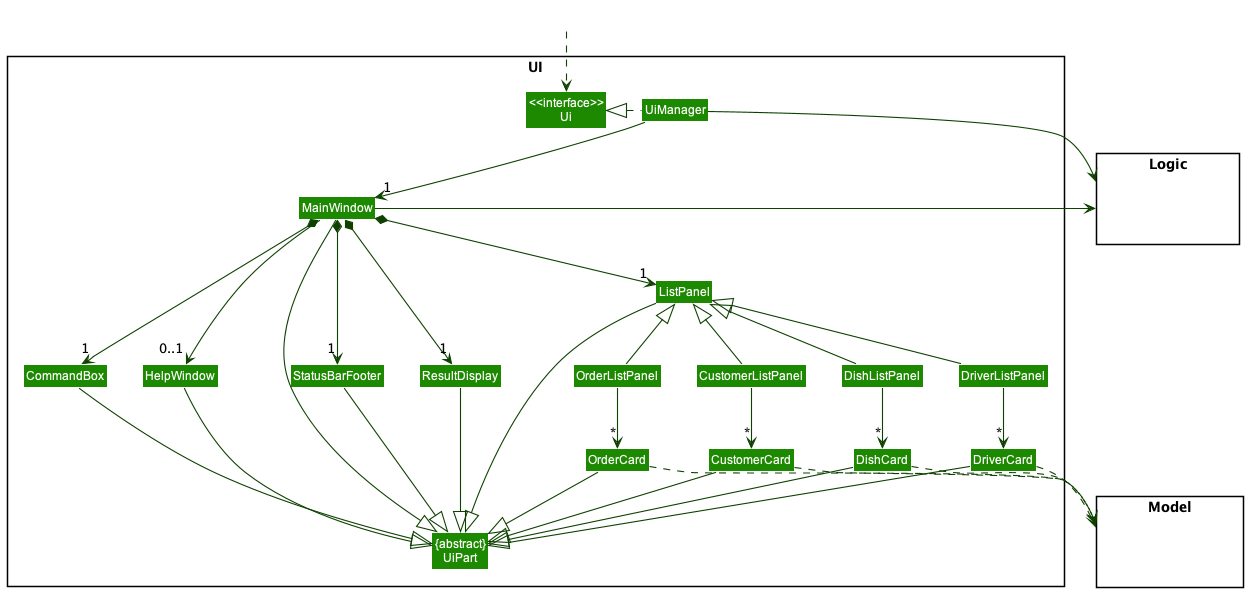
xzzz3/tp keeps this PlantUML diagram as docs/images/UiClassDiagram.png. Above is the earlier version.
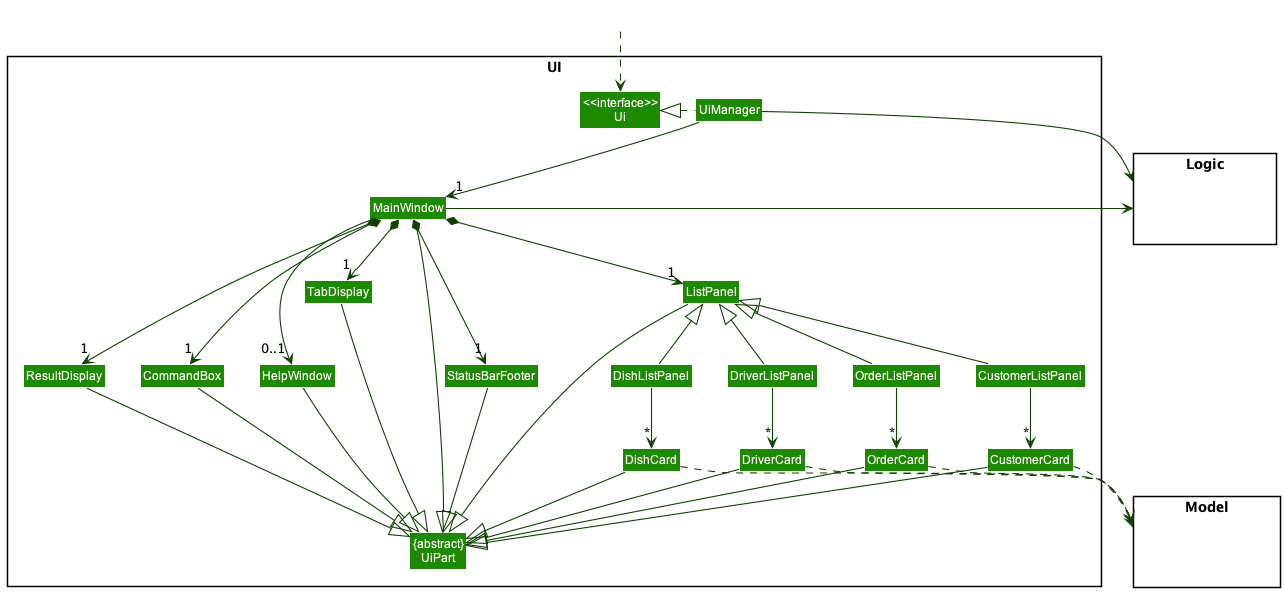
Above is the later version.

Diff of the diagram source:
```diff
@@ -22,6 +22,7 @@
 Class CustomerCard
 Class StatusBarFooter
 Class CommandBox
+Class TabDisplay
 }
 
 package Model <<Rectangle>> {
@@ -41,6 +42,7 @@
 MainWindow *-down-> "1" ResultDisplay
 MainWindow *-down-> "1" ListPanel
 MainWindow *-down-> "1" StatusBarFooter
+MainWindow *-down-> "1" TabDisplay
 MainWindow --> "0..1" HelpWindow
 
 DishListPanel -down-> "*" DishCard
@@ -51,6 +53,7 @@
 MainWindow -left-|> UiPart
 
 ResultDisplay --|> UiPart
+TabDisplay --|> UiPart
 CommandBox --|> UiPart
 DishListPanel -up-|> ListPanel
 DishCard --|> UiPart
```
